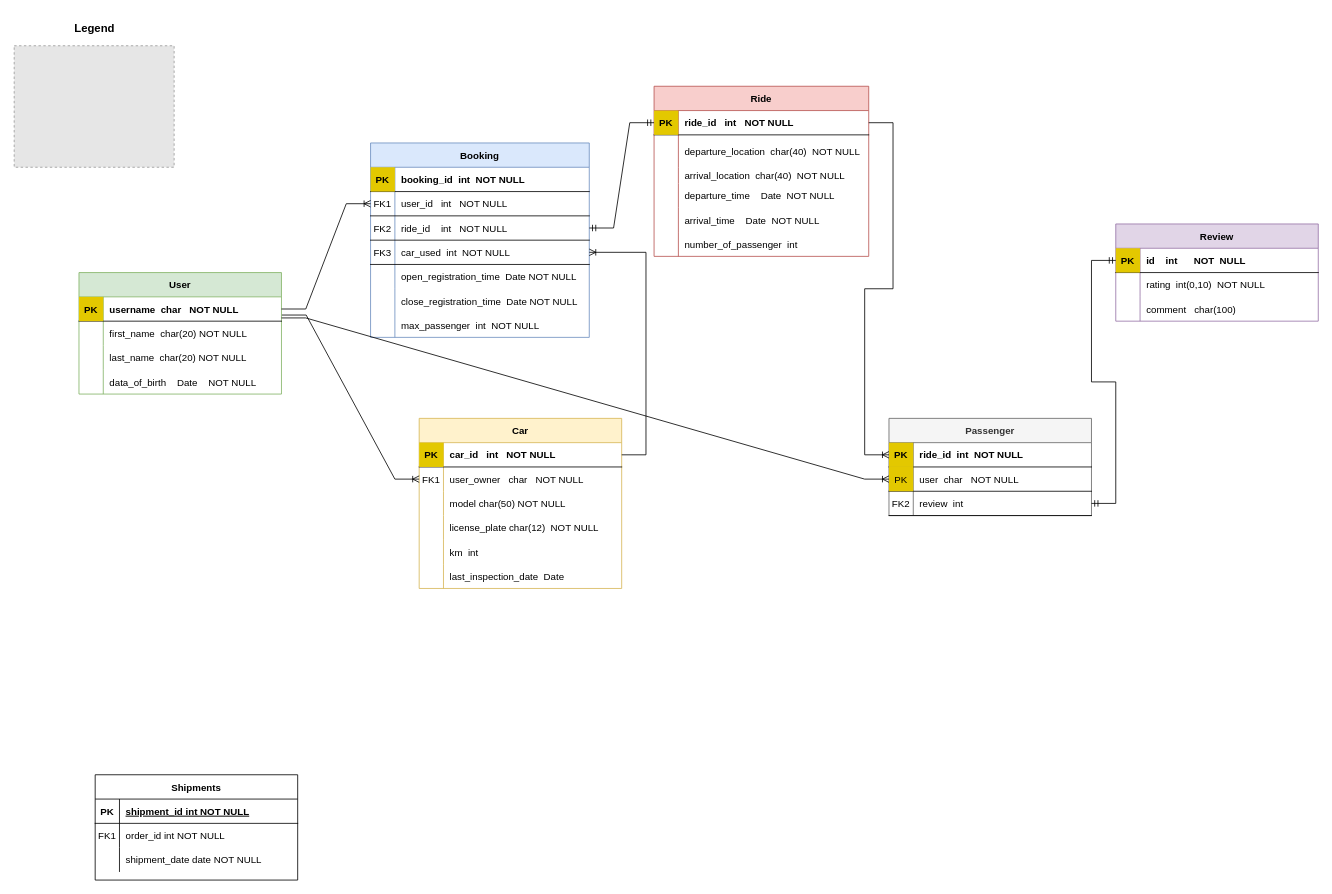
Before: img/database_er.drawio in lucaAnza/CarPooling_website, a draw.io diagram. Source tidied: cells renumbered, new cells numbered last; positions are measured from the earlier drawing's top-left corner, leaving out a move shared by most shapes. Both pictures are drawn from the tidied source at 81%, with x=0, y=0 at pixel (14, 21). Pictures stored in the file or linked from it are replaced by grey dashed boxes.
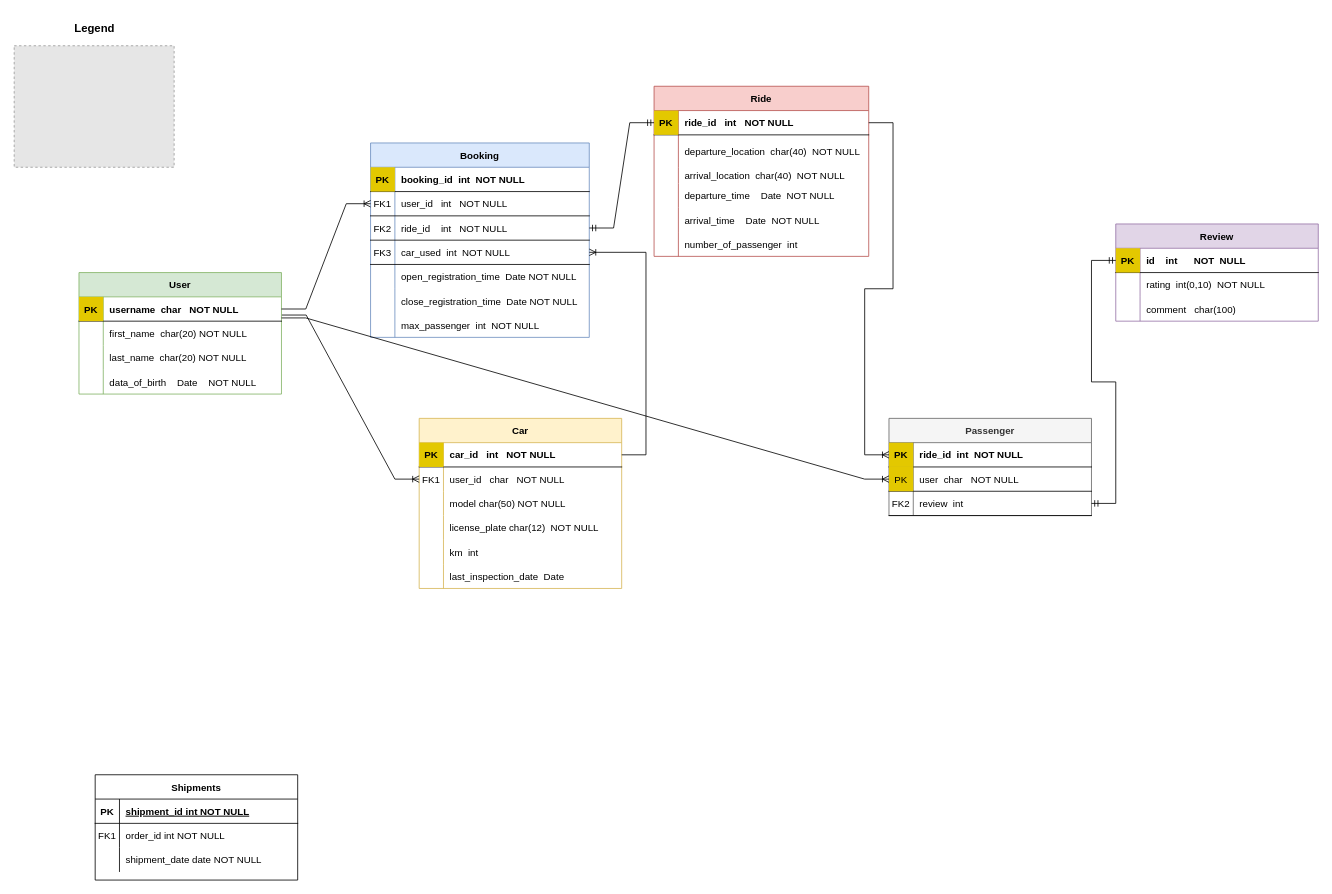
After the change.

The change refers to these unchanged cells:
```xml
<mxCell id="38" style="shape=partialRectangle;fillColor=none;points=[[0,0.5],[1,0.5]];portConstraint=eastwest;top=0;left=0;right=0;bottom=0;" parent="34" vertex="1">
  <mxGeometry y="60" width="250" height="30" as="geometry" />
</mxCell>
```

The edit, as a diff of the source:
```diff
@@
-    <mxCell id="40" value="user_owner   char   NOT NULL " style="shape=partialRectangle;overflow=hidden;fillColor=none;top=0;left=0;bottom=0;right=0;align=left;spacingLeft=6;" parent="38" vertex="1">
+    <mxCell id="40" value="user_id   char   NOT NULL " style="shape=partialRectangle;overflow=hidden;fillColor=none;top=0;left=0;bottom=0;right=0;align=left;spacingLeft=6;" parent="38" vertex="1">
       <mxGeometry x="30" width="220" height="30" as="geometry" />
     </mxCell>
```
